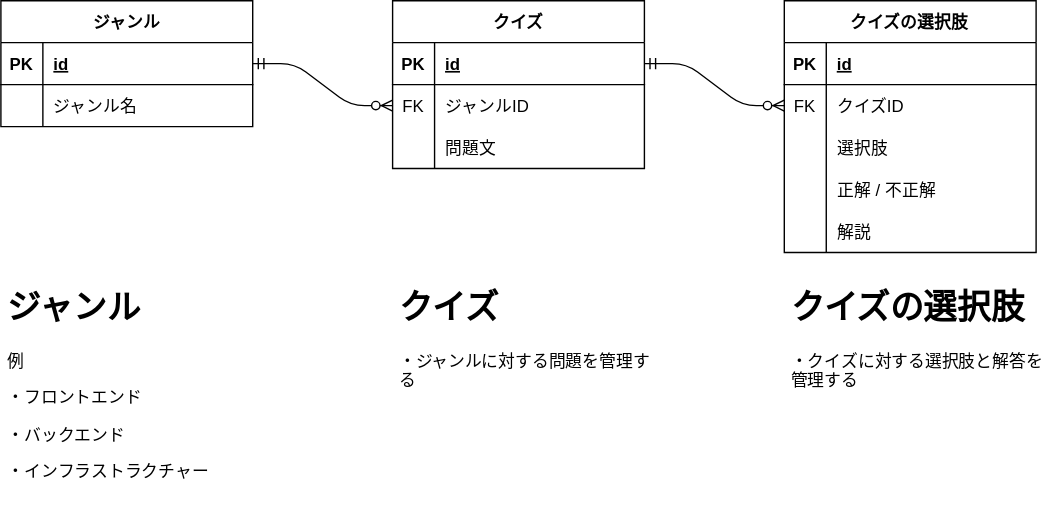
Earlier version of the draw.io export 002-develop/web-developer-training-design/ER_web-developer-training.drawio.svg (sekine555/web-developer-training). Source tidied: cells renumbered, new cells last; positions are measured from the earlier drawing's top-left corner, leaving out a move shared by most shapes.
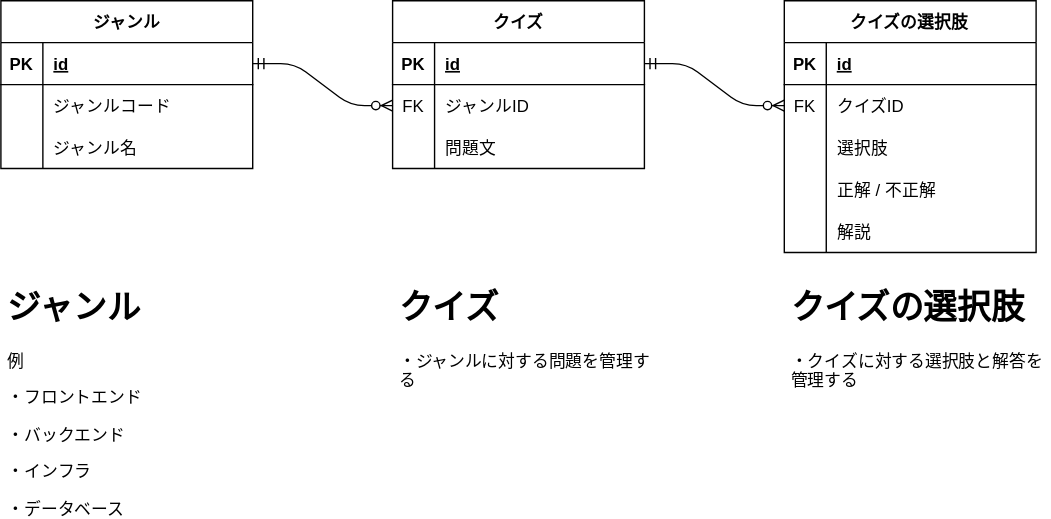
After the commit.

Commit message:
ジャンルテーブルにコード列追加

What changed in the source:
```diff
@@ -3,7 +3,7 @@
     <mxCell id="0" />
     <mxCell id="1" parent="0" />
     <mxCell id="2" value="ジャンル" style="shape=table;startSize=30;rowLines=0;fontStyle=1;align=center;" parent="1" vertex="1">
-      <mxGeometry width="180" height="90" as="geometry" />
+      <mxGeometry width="180" height="120" as="geometry" />
     </mxCell>
     <mxCell id="3" style="shape=tableRow;horizontal=0;startSize=0;swimlaneHead=0;swimlaneBody=0;fillColor=none;points=[[0,0.5],[1,0.5]];portConstraint=eastwest;top=0;left=0;right=0;bottom=1;" parent="2" vertex="1">
       <mxGeometry y="30" width="180" height="30" as="geometry" />
@@ -20,9 +20,18 @@
     <mxCell id="7" style="shape=partialRectangle;fillColor=none;top=0;left=0;bottom=0;right=0;overflow=hidden;" parent="6" vertex="1">
       <mxGeometry width="30" height="30" as="geometry" />
     </mxCell>
-    <mxCell id="8" value="ジャンル名" style="shape=partialRectangle;fillColor=none;top=0;left=0;bottom=0;right=0;align=left;spacingLeft=6;overflow=hidden;" parent="6" vertex="1">
+    <mxCell id="8" value="ジャンルコード" style="shape=partialRectangle;fillColor=none;top=0;left=0;bottom=0;right=0;align=left;spacingLeft=6;overflow=hidden;" parent="6" vertex="1">
       <mxGeometry x="30" width="150" height="30" as="geometry" />
     </mxCell>
+    <mxCell id="40" style="shape=tableRow;horizontal=0;startSize=0;swimlaneHead=0;swimlaneBody=0;fillColor=none;top=0;left=0;right=0;bottom=0;" parent="2" vertex="1">
+      <mxGeometry y="90" width="180" height="30" as="geometry" />
+    </mxCell>
+    <mxCell id="41" style="shape=partialRectangle;fillColor=none;top=0;left=0;bottom=0;right=0;overflow=hidden;" parent="40" vertex="1">
+      <mxGeometry width="30" height="30" as="geometry" />
+    </mxCell>
+    <mxCell id="42" value="ジャンル名" style="shape=partialRectangle;fillColor=none;top=0;left=0;bottom=0;right=0;align=left;spacingLeft=6;overflow=hidden;" parent="40" vertex="1">
+      <mxGeometry x="30" width="150" height="30" as="geometry" />
+    </mxCell>
     <mxCell id="9" value="クイズ" style="shape=table;startSize=30;rowLines=0;fontStyle=1;align=center;" parent="1" vertex="1">
       <mxGeometry x="280" width="180" height="120" as="geometry" />
     </mxCell>
@@ -56,7 +65,7 @@
     <mxCell id="19" style="edgeStyle=entityRelationEdgeStyle;fontSize=12;html=1;endArrow=ERzeroToMany;startArrow=ERmandOne;exitX=1;exitY=0.5;exitDx=0;exitDy=0;entryX=0;entryY=0.5;entryDx=0;entryDy=0;" parent="1" edge="1" source="3" target="13">
       <mxGeometry relative="1" as="geometry" />
     </mxCell>
-    <mxCell id="20" value="&lt;h1&gt;ジャンル&lt;/h1&gt;&lt;p&gt;例&lt;/p&gt;&lt;p&gt;・フロントエンド&lt;/p&gt;&lt;p&gt;・バックエンド&lt;/p&gt;&lt;p&gt;・インフラストラクチャー&lt;/p&gt;" style="text;html=1;strokeColor=none;fillColor=none;spacing=5;spacingTop=-20;whiteSpace=wrap;overflow=hidden;rounded=0;" parent="1" vertex="1">
+    <mxCell id="20" value="&lt;h1&gt;ジャンル&lt;/h1&gt;&lt;p&gt;例&lt;/p&gt;&lt;p&gt;・フロントエンド&lt;/p&gt;&lt;p&gt;・バックエンド&lt;/p&gt;&lt;p&gt;・インフラ&lt;/p&gt;&lt;p&gt;・データベース&lt;/p&gt;" style="text;html=1;strokeColor=none;fillColor=none;spacing=5;spacingTop=-20;whiteSpace=wrap;overflow=hidden;rounded=0;" parent="1" vertex="1">
       <mxGeometry y="200" width="190" height="170" as="geometry" />
     </mxCell>
     <mxCell id="21" value="&lt;h1&gt;クイズ&lt;/h1&gt;&lt;p&gt;・ジャンルに対する問題を管理する&lt;/p&gt;" style="text;html=1;strokeColor=none;fillColor=none;spacing=5;spacingTop=-20;whiteSpace=wrap;overflow=hidden;rounded=0;" parent="1" vertex="1">
```
